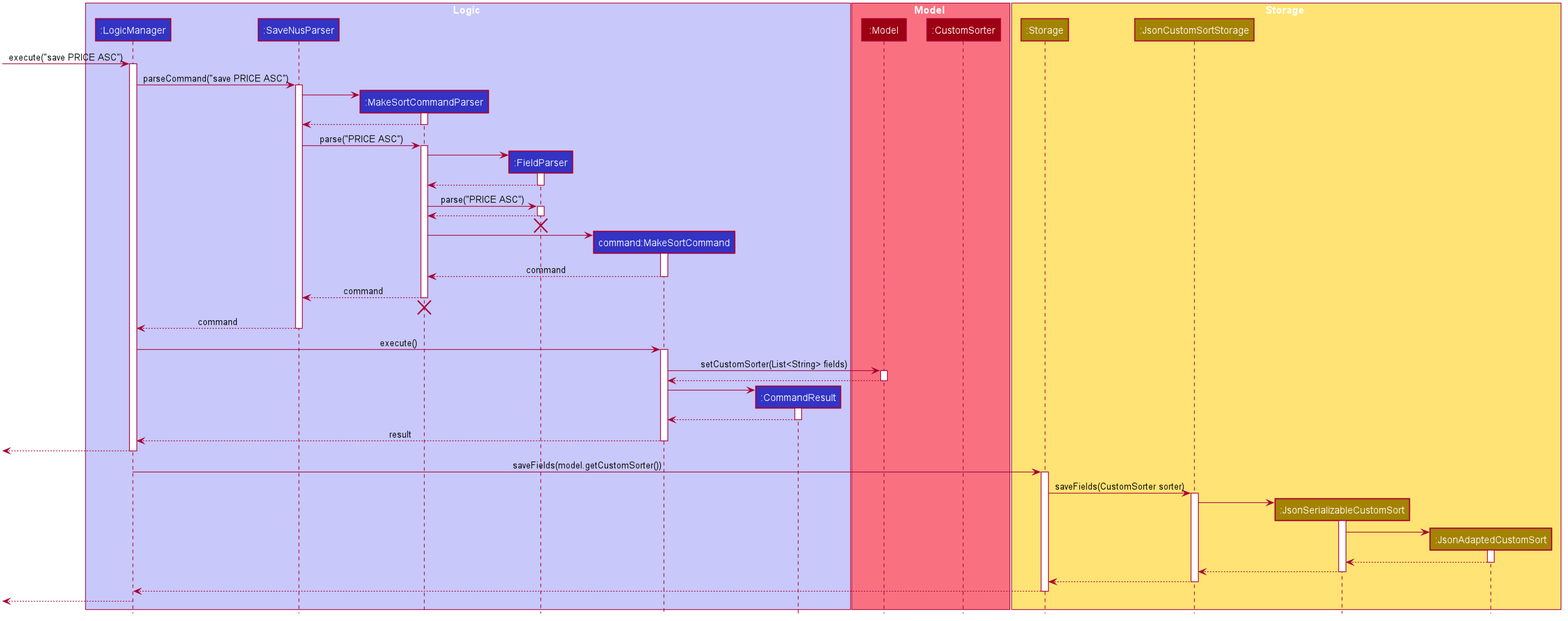
Earlier version of the PlantUML export images/MakeSortSequenceDiagram.png (AY1920S1-CS2103T-F13-2/main).
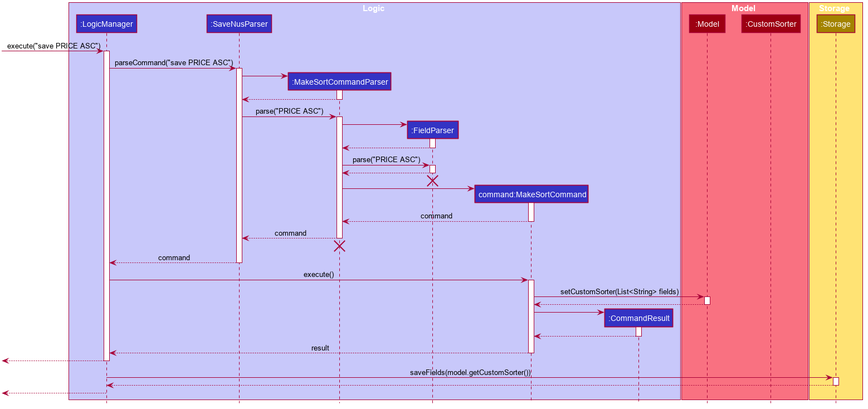
Later version of the same file.

What changed in the source:
```diff
@@ -64,9 +64,6 @@
 
 box Storage #FFE374
 participant ":Storage" as Storage #A38300
-participant ":JsonCustomSortStorage" as JsonCustomSortStorage #A38300
-participant ":JsonSerializableCustomSort" as JsonSerializableCustomSort #A38300
-participant ":JsonAdaptedCustomSort" as JsonAdaptedCustomSort #A38300
 end box
 
 [-> LogicManager : execute("save PRICE ASC")
@@ -140,26 +137,6 @@
 LogicManager -> Storage : saveFields(model.getCustomSorter())
 activate Storage
 
-Storage -> JsonCustomSortStorage : saveFields(CustomSorter sorter)
-activate JsonCustomSortStorage
-
-create JsonSerializableCustomSort
-JsonCustomSortStorage -> JsonSerializableCustomSort
-activate JsonSerializableCustomSort
-
-create JsonAdaptedCustomSort
-JsonSerializableCustomSort -> JsonAdaptedCustomSort
-activate JsonAdaptedCustomSort
-
-JsonAdaptedCustomSort --> JsonSerializableCustomSort
-deactivate JsonAdaptedCustomSort
-
-JsonSerializableCustomSort --> JsonCustomSortStorage
-deactivate JsonSerializableCustomSort
-
-JsonCustomSortStorage --> Storage
-deactivate JsonCustomSortStorage
-
 Storage --> LogicManager
 deactivate Storage
 
```
